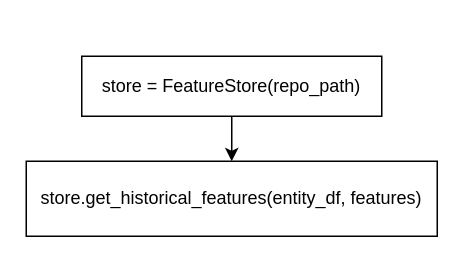
This is get_historical_data.drawio from TzeSing/draw_io, a draw.io file, before an edit. Source tidied: cells renumbered, new cells numbered last; positions are measured from the earlier drawing's top-left corner, leaving out a move shared by most shapes. Both pictures are drawn from the tidied source at 150%, with x=0, y=0 at pixel (26, 56).
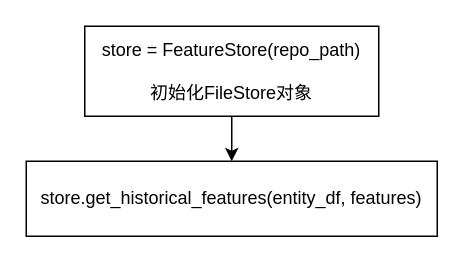
Above is the later version.

Change to the diagram source:
```diff
@@
 <mxGraphModel>
   <root>
     <mxCell id="0" />
     <mxCell id="1" parent="0" />
     <mxCell id="2" style="edgeStyle=orthogonalEdgeStyle;rounded=0;jettySize=auto;html=1;exitX=0.5;exitY=1;exitDx=0;exitDy=0;" parent="1" edge="1" source="3" target="4">
       <mxGeometry relative="1" as="geometry" />
     </mxCell>
-    <mxCell id="3" value="store = FeatureStore(repo_path)" style="rounded=0;whiteSpace=wrap;html=1;" parent="1" vertex="1">
-      <mxGeometry x="37" width="200" height="40" as="geometry" />
+    <mxCell id="3" value="store = FeatureStore(repo_path)&lt;br&gt;&lt;br&gt;初始化FileStore对象" style="rounded=0;whiteSpace=wrap;html=1;" parent="1" vertex="1">
+      <mxGeometry x="39" y="-20" width="196" height="60" as="geometry" />
     </mxCell>
     <mxCell id="4" value="store.get_historical_features(entity_df, features)" style="rounded=0;whiteSpace=wrap;html=1;" parent="1" vertex="1">
       <mxGeometry y="70" width="274" height="50" as="geometry" />
     </mxCell>
   </root>
 </mxGraphModel>
```
